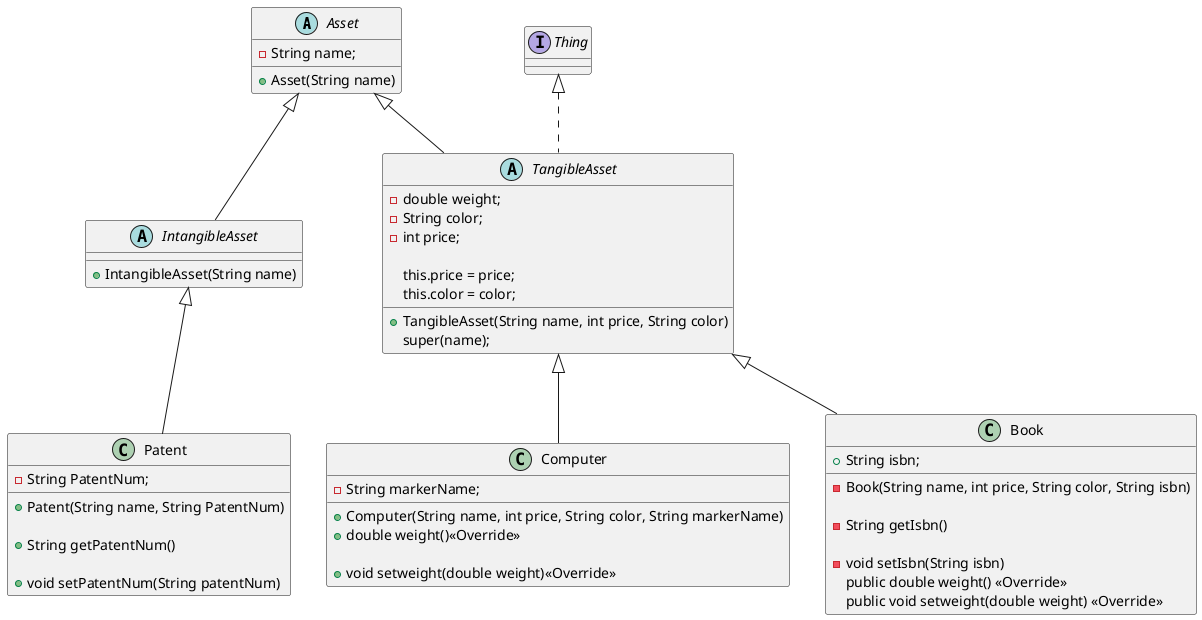
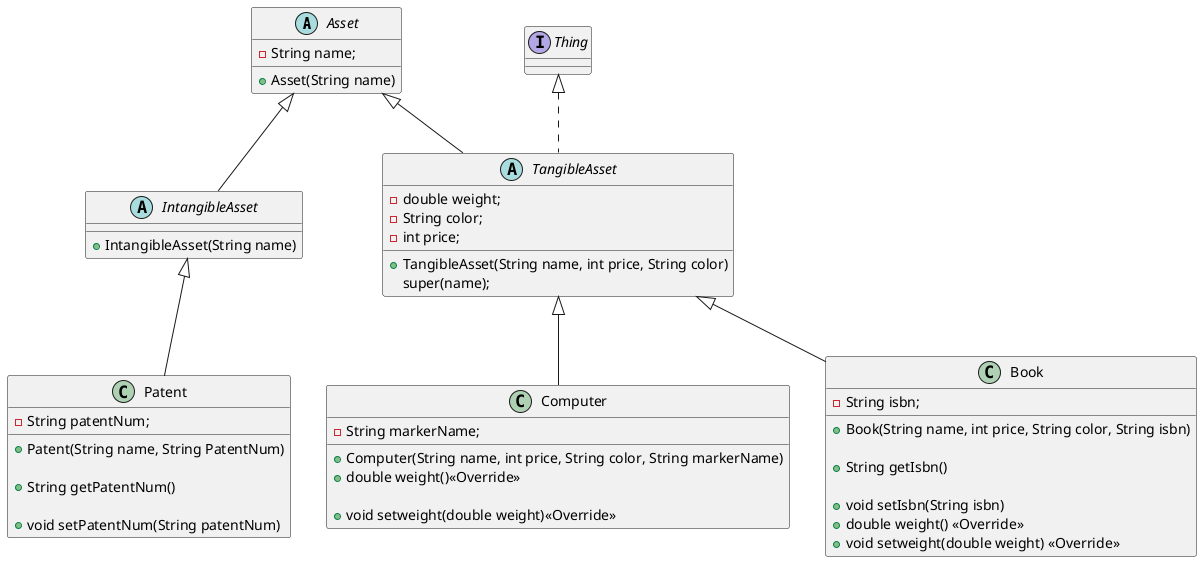
@startuml
- 
+ scale 1
abstract class Asset {
    - String name;
    + Asset(String name)
}
+ 

abstract class IntangibleAsset extends Asset {
    + IntangibleAsset(String name)
    }

abstract class TangibleAsset extends Asset implements Thing {
    - double weight;
    - String color;
    - int price;

    + TangibleAsset(String name, int price, String color)
        super(name);
-         this.price = price;
-         this.color = color;
    }

class Computer extends TangibleAsset {
        - String markerName;

        + Computer(String name, int price, String color, String markerName)




        + double weight()<<Override>>

        + void setweight(double weight)<<Override>>
        }

-     class Book extends TangibleAsset {
-         + String isbn;
+ class Book extends TangibleAsset {
+     - String isbn;


-         - Book(String name, int price, String color, String isbn)
+     + Book(String name, int price, String color, String isbn)

-         - String getIsbn()
+     + String getIsbn()

-         - void setIsbn(String isbn)
+     + void setIsbn(String isbn)


-         public double weight() <<Override>>
+     + double weight() <<Override>>


-         public void setweight(double weight) <<Override>>
-         }
+     + void setweight(double weight) <<Override>>
+     }

class Patent extends IntangibleAsset {
-     - String PatentNum;
+     - String patentNum;

    + Patent(String name, String PatentNum)

    + String getPatentNum()

    + void setPatentNum(String patentNum)
}
@enduml